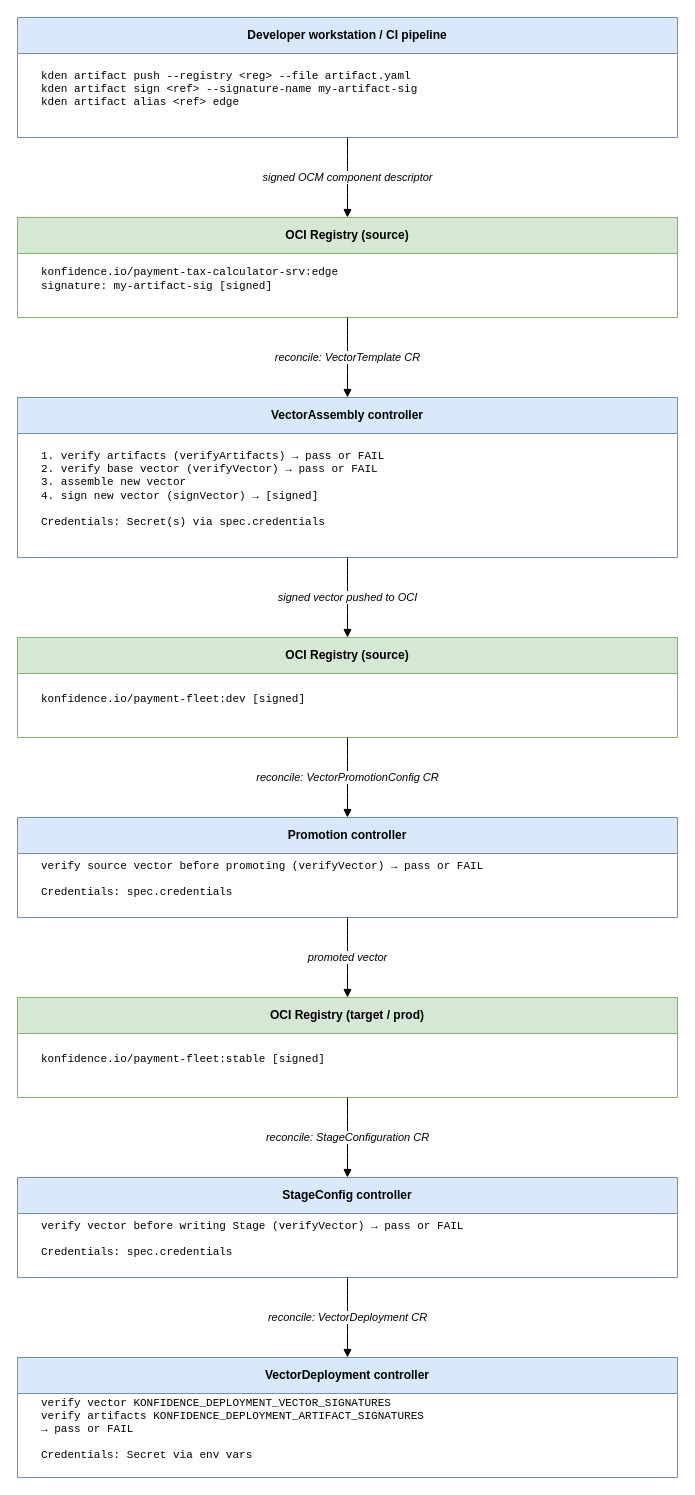
konfidence-project/konfidence-docs keeps this draw.io diagram as public/assets/diagrams/signing-and-verification-flow.drawio. Above is the earlier version. Source tidied: cells renumbered, new cells numbered last; positions are measured from the earlier drawing's top-left corner, leaving out a move shared by most shapes. Both pictures are drawn from the tidied source at 100%, with x=0, y=0 at pixel (17, 17).
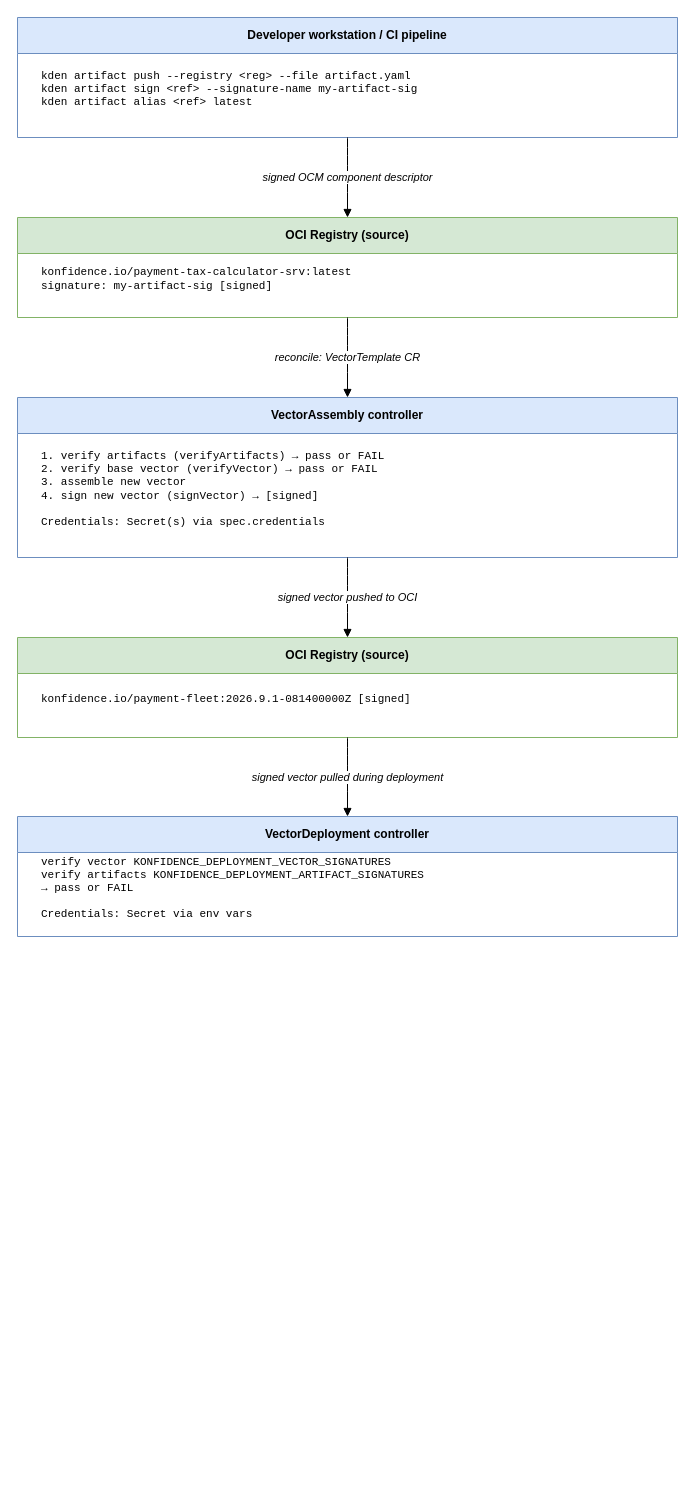
Above is the later version.

Commit message (it also covers changes not shown here):
docs: remove StageConfiguration references for vector promotions (#82)

Unchanged cells that the change refers to:
```xml
<mxCell id="2" value="&lt;b&gt;Developer workstation / CI pipeline&lt;/b&gt;" style="swimlane;fontStyle=1;startSize=36;fillColor=#dae8fc;strokeColor=#6c8ebf;whiteSpace=wrap;html=1;" parent="1" vertex="1">
  <mxGeometry width="660" height="120" as="geometry" />
</mxCell>
<mxCell id="5" value="&lt;b&gt;OCI Registry (source)&lt;/b&gt;" style="swimlane;fontStyle=1;startSize=36;fillColor=#d5e8d4;strokeColor=#82b366;whiteSpace=wrap;html=1;" parent="1" vertex="1">
  <mxGeometry y="200" width="660" height="100" as="geometry" />
</mxCell>
<mxCell id="11" value="&lt;b&gt;OCI Registry (source)&lt;/b&gt;" style="swimlane;fontStyle=1;startSize=36;fillColor=#d5e8d4;strokeColor=#82b366;whiteSpace=wrap;html=1;" parent="1" vertex="1">
  <mxGeometry y="620" width="660" height="100" as="geometry" />
</mxCell>
```

Diff of the diagram source:
```diff
@@
-    <mxCell id="3" value="kden artifact push --registry &amp;lt;reg&amp;gt; --file artifact.yaml&#10;kden artifact sign &amp;lt;ref&amp;gt; --signature-name my-artifact-sig&#10;kden artifact alias &amp;lt;ref&amp;gt; edge" style="text;html=1;strokeColor=none;fillColor=none;align=left;verticalAlign=middle;whiteSpace=wrap;spacingLeft=12;fontSize=11;fontFamily=Courier New;" parent="2" vertex="1">
+    <mxCell id="3" value="kden artifact push --registry &amp;lt;reg&amp;gt; --file artifact.yaml&lt;br&gt;kden artifact sign &amp;lt;ref&amp;gt; --signature-name my-artifact-sig&lt;br&gt;kden artifact alias &amp;lt;ref&amp;gt; latest" style="text;html=1;strokeColor=none;fillColor=none;align=left;verticalAlign=middle;whiteSpace=wrap;spacingLeft=12;fontSize=11;fontFamily=Courier New;" parent="2" vertex="1">
       <mxGeometry x="10" y="36" width="640" height="72" as="geometry" />
     </mxCell>
@@
-    <mxCell id="6" value="konfidence.io/payment-tax-calculator-srv:edge&#10;  signature: my-artifact-sig  [signed]" style="text;html=1;strokeColor=none;fillColor=none;align=left;verticalAlign=middle;whiteSpace=wrap;spacingLeft=12;fontSize=11;fontFamily=Courier New;" parent="5" vertex="1">
+    <mxCell id="6" value="konfidence.io/payment-tax-calculator-srv:latest&lt;br&gt;  signature: my-artifact-sig  [signed]" style="text;html=1;strokeColor=none;fillColor=none;align=left;verticalAlign=middle;whiteSpace=wrap;spacingLeft=12;fontSize=11;fontFamily=Courier New;" parent="5" vertex="1">
       <mxGeometry x="10" y="36" width="640" height="52" as="geometry" />
     </mxCell>
@@
-    <mxCell id="12" value="konfidence.io/payment-fleet:dev  [signed]" style="text;html=1;strokeColor=none;fillColor=none;align=left;verticalAlign=middle;whiteSpace=wrap;spacingLeft=12;fontSize=11;fontFamily=Courier New;" parent="11" vertex="1">
+    <mxCell id="12" value="konfidence.io/payment-fleet:2026.9.1-081400000Z  [signed]" style="text;html=1;strokeColor=none;fillColor=none;align=left;verticalAlign=middle;whiteSpace=wrap;spacingLeft=12;fontSize=11;fontFamily=Courier New;" parent="11" vertex="1">
       <mxGeometry x="10" y="36" width="640" height="52" as="geometry" />
     </mxCell>
-    <mxCell id="13" value="reconcile: VectorPromotionConfig CR" style="edgeStyle=orthogonalEdgeStyle;curved=1;html=1;exitX=0.5;exitY=1;entryX=0.5;entryY=0;endArrow=block;endFill=1;fontSize=11;fontStyle=2;" parent="1" edge="1" source="11" target="14">
-      <mxGeometry relative="1" as="geometry" />
-    </mxCell>
-    <mxCell id="14" value="&lt;b&gt;Promotion controller&lt;/b&gt;" style="swimlane;fontStyle=1;startSize=36;fillColor=#dae8fc;strokeColor=#6c8ebf;whiteSpace=wrap;html=1;" parent="1" vertex="1">
-      <mxGeometry y="800" width="660" height="100" as="geometry" />
-    </mxCell>
-    <mxCell id="15" value="verify source vector before promoting (verifyVector)  → pass or FAIL&#10;&#10;Credentials: spec.credentials" style="text;html=1;strokeColor=none;fillColor=none;align=left;verticalAlign=middle;whiteSpace=wrap;spacingLeft=12;fontSize=11;fontFamily=Courier New;" parent="14" vertex="1">
-      <mxGeometry x="10" y="36" width="640" height="52" as="geometry" />
-    </mxCell>
-    <mxCell id="16" value="promoted vector" style="edgeStyle=orthogonalEdgeStyle;curved=1;html=1;exitX=0.5;exitY=1;entryX=0.5;entryY=0;endArrow=block;endFill=1;fontSize=11;fontStyle=2;" parent="1" edge="1" source="14" target="17">
-      <mxGeometry relative="1" as="geometry" />
-    </mxCell>
-    <mxCell id="17" value="&lt;b&gt;OCI Registry (target / prod)&lt;/b&gt;" style="swimlane;fontStyle=1;startSize=36;fillColor=#d5e8d4;strokeColor=#82b366;whiteSpace=wrap;html=1;" parent="1" vertex="1">
-      <mxGeometry y="980" width="660" height="100" as="geometry" />
-    </mxCell>
-    <mxCell id="18" value="konfidence.io/payment-fleet:stable  [signed]" style="text;html=1;strokeColor=none;fillColor=none;align=left;verticalAlign=middle;whiteSpace=wrap;spacingLeft=12;fontSize=11;fontFamily=Courier New;" parent="17" vertex="1">
-      <mxGeometry x="10" y="36" width="640" height="52" as="geometry" />
-    </mxCell>
-    <mxCell id="19" value="reconcile: StageConfiguration CR" style="edgeStyle=orthogonalEdgeStyle;curved=1;html=1;exitX=0.5;exitY=1;entryX=0.5;entryY=0;endArrow=block;endFill=1;fontSize=11;fontStyle=2;" parent="1" edge="1" source="17" target="20">
-      <mxGeometry relative="1" as="geometry" />
-    </mxCell>
-    <mxCell id="20" value="&lt;b&gt;StageConfig controller&lt;/b&gt;" style="swimlane;fontStyle=1;startSize=36;fillColor=#dae8fc;strokeColor=#6c8ebf;whiteSpace=wrap;html=1;" parent="1" vertex="1">
-      <mxGeometry y="1160" width="660" height="100" as="geometry" />
-    </mxCell>
-    <mxCell id="21" value="verify vector before writing Stage (verifyVector)  → pass or FAIL&#10;&#10;Credentials: spec.credentials" style="text;html=1;strokeColor=none;fillColor=none;align=left;verticalAlign=middle;whiteSpace=wrap;spacingLeft=12;fontSize=11;fontFamily=Courier New;" parent="20" vertex="1">
-      <mxGeometry x="10" y="36" width="640" height="52" as="geometry" />
-    </mxCell>
-    <mxCell id="22" value="reconcile: VectorDeployment CR" style="edgeStyle=orthogonalEdgeStyle;curved=1;html=1;exitX=0.5;exitY=1;entryX=0.5;entryY=0;endArrow=block;endFill=1;fontSize=11;fontStyle=2;" parent="1" edge="1" source="20" target="23">
+    <mxCell id="22" value="signed vector pulled during deployment" style="edgeStyle=orthogonalEdgeStyle;curved=1;html=1;entryX=0.5;entryY=0;endArrow=block;endFill=1;fontSize=11;fontStyle=2;exitX=0.5;exitY=1;exitDx=0;exitDy=0;" parent="1" edge="1" source="11" target="23">
       <mxGeometry relative="1" as="geometry" />
     </mxCell>
     <mxCell id="23" value="&lt;b&gt;VectorDeployment controller&lt;/b&gt;" style="swimlane;fontStyle=1;startSize=36;fillColor=#dae8fc;strokeColor=#6c8ebf;whiteSpace=wrap;html=1;" parent="1" vertex="1">
-      <mxGeometry y="1340" width="660" height="120" as="geometry" />
+      <mxGeometry y="799" width="660" height="120" as="geometry" />
     </mxCell>
```
